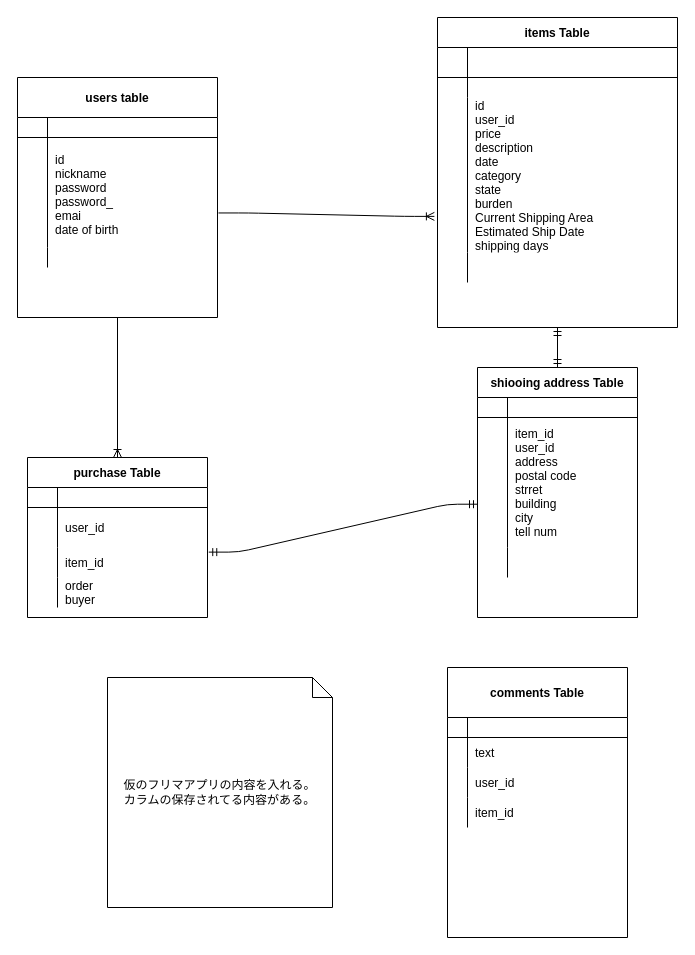
This is furima.dio from bboykenji0407/furima-34854, a draw.io file, before an edit. Source tidied: cells renumbered, new cells numbered last; positions are measured from the earlier drawing's top-left corner, leaving out a move shared by most shapes. Both pictures are drawn from the tidied source at 100%, with x=0, y=0 at pixel (17, 17).
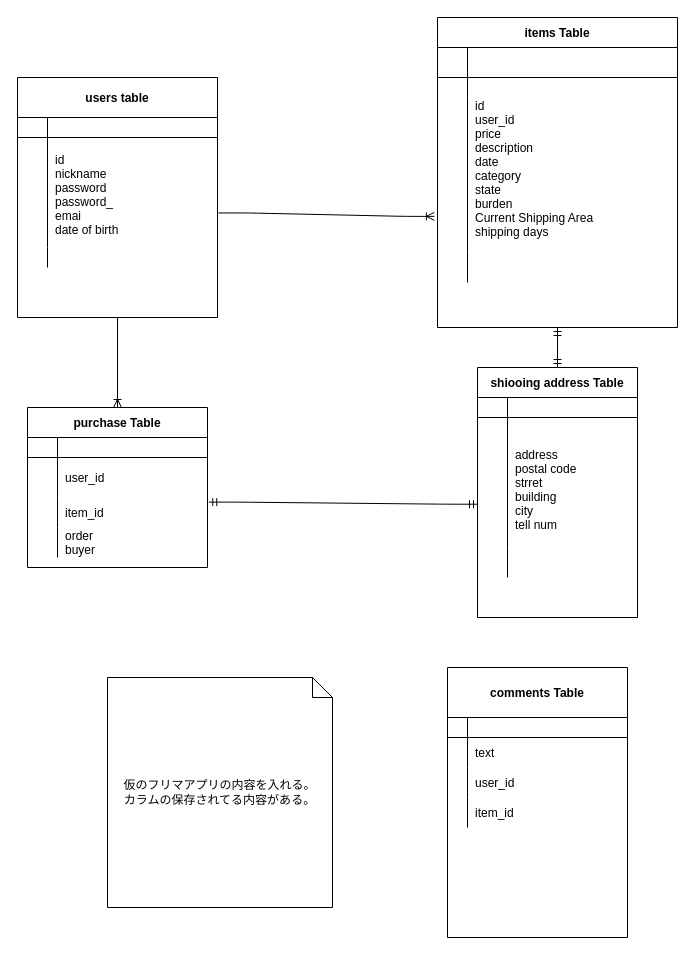
After the change.

Commit message (it also covers changes not shown here):
DB設計　再提出

The change refers to these unchanged cells:
```xml
<mxCell id="19" style="shape=partialRectangle;fillColor=none;top=0;left=0;bottom=0;right=0;points=[[0,0.5],[1,0.5]];portConstraint=eastwest;" parent="12" vertex="1">
  <mxGeometry y="80" width="240" height="155" as="geometry" />
</mxCell>
<mxCell id="29" style="shape=partialRectangle;fillColor=none;top=0;left=0;bottom=0;right=0;points=[[0,0.5],[1,0.5]];portConstraint=eastwest;" parent="25" vertex="1">
  <mxGeometry y="50" width="160" height="130" as="geometry" />
</mxCell>
```

What changed in the source:
```diff
@@
-    <mxCell id="21" value="id&#10;user_id&#10;price&#10;description&#10;date&#10;category&#10;state&#10;burden&#10;Current Shipping Area&#10;Estimated Ship Date&#10;shipping days&#10;" style="shape=partialRectangle;fillColor=none;top=0;left=0;bottom=0;right=0;align=left;spacingLeft=6;overflow=hidden;" parent="19" vertex="1">
+    <mxCell id="21" value="id&#10;user_id&#10;price&#10;description&#10;date&#10;category&#10;state&#10;burden&#10;Current Shipping Area&#10;shipping days&#10;" style="shape=partialRectangle;fillColor=none;top=0;left=0;bottom=0;right=0;align=left;spacingLeft=6;overflow=hidden;" parent="19" vertex="1">
       <mxGeometry x="30" width="210" height="155" as="geometry" />
     </mxCell>
@@
-    <mxCell id="31" value="item_id&#10;user_id&#10;address&#10;postal code&#10;strret&#10;building&#10;city&#10;tell num " style="shape=partialRectangle;fillColor=none;top=0;left=0;bottom=0;right=0;align=left;spacingLeft=6;overflow=hidden;" parent="29" vertex="1">
+    <mxCell id="31" value="&#10;address&#10;postal code&#10;strret&#10;building&#10;city&#10;tell num " style="shape=partialRectangle;fillColor=none;top=0;left=0;bottom=0;right=0;align=left;spacingLeft=6;overflow=hidden;" parent="29" vertex="1">
       <mxGeometry x="30" width="130" height="130" as="geometry" />
     </mxCell>
@@
     <mxCell id="49" value="purchase Table" style="shape=table;startSize=30;childLayout=tableLayout;rowLines=0;fontStyle=1;align=center;" parent="1" vertex="1">
-      <mxGeometry x="10" y="440" width="180" height="160" as="geometry" />
+      <mxGeometry x="10" y="390" width="180" height="160" as="geometry" />
     </mxCell>
```
